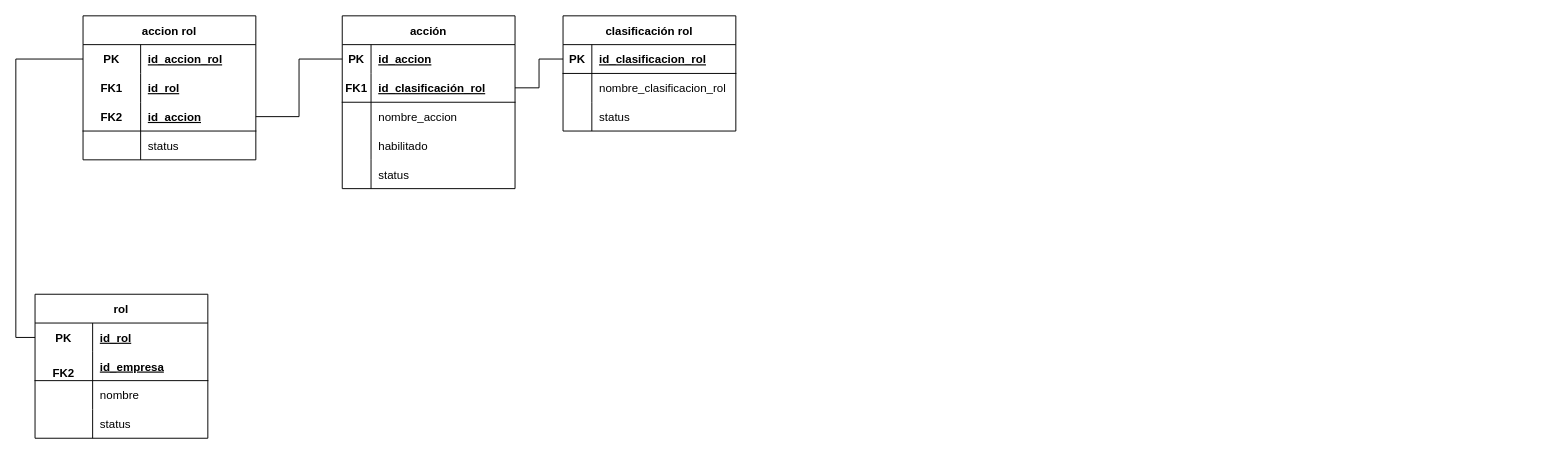
Before: Diagrama sin título.drawio in Brayan-Bravo-Arebalo/MyZ1, a draw.io diagram. Source tidied: cells renumbered, new cells numbered last; positions are measured from the earlier drawing's top-left corner, leaving out a move shared by most shapes. Both pictures are drawn from the tidied source at 96%, with x=0, y=0 at pixel (35, 15).
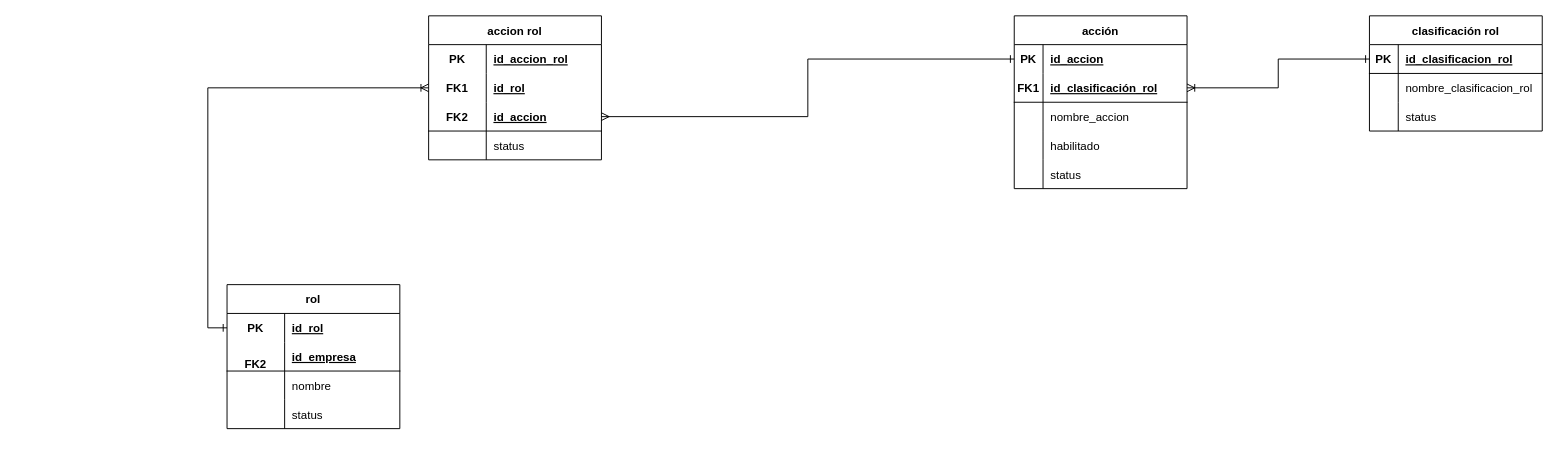
After the change.

Commit message:
Actualizar Diagrama Data Base.drawio

Unchanged cells that the change refers to:
```xml
<mxCell id="3" style="shape=tableRow;horizontal=0;startSize=0;swimlaneHead=0;swimlaneBody=0;fillColor=none;points=[[0,0.5],[1,0.5]];portConstraint=eastwest;top=0;left=0;right=0;bottom=0;" parent="2" vertex="1">
  <mxGeometry y="30" width="180" height="30" as="geometry" />
</mxCell>
<mxCell id="6" style="shape=tableRow;horizontal=0;startSize=0;swimlaneHead=0;swimlaneBody=0;fillColor=none;points=[[0,0.5],[1,0.5]];portConstraint=eastwest;top=0;left=0;right=0;bottom=1;" parent="2" vertex="1">
  <mxGeometry y="60" width="180" height="30" as="geometry" />
</mxCell>
<mxCell id="19" style="shape=tableRow;horizontal=0;startSize=0;swimlaneHead=0;swimlaneBody=0;fillColor=none;points=[[0,0.5],[1,0.5]];portConstraint=eastwest;top=0;left=0;right=0;bottom=0;" parent="18" vertex="1">
  <mxGeometry y="30" width="180" height="30" as="geometry" />
</mxCell>
<mxCell id="33" style="shape=tableRow;horizontal=0;startSize=0;swimlaneHead=0;swimlaneBody=0;fillColor=none;points=[[0,0.5],[1,0.5]];portConstraint=eastwest;top=0;left=0;right=0;bottom=1;" parent="32" vertex="1">
  <mxGeometry y="30" width="180" height="30" as="geometry" />
</mxCell>
<mxCell id="43" style="shape=tableRow;horizontal=0;startSize=0;swimlaneHead=0;swimlaneBody=0;fillColor=none;points=[[0,0.5],[1,0.5]];portConstraint=eastwest;top=0;left=0;right=0;bottom=0;" parent="42" vertex="1">
  <mxGeometry y="30" width="180" height="30" as="geometry" />
</mxCell>
<mxCell id="46" style="shape=tableRow;horizontal=0;startSize=0;swimlaneHead=0;swimlaneBody=0;fillColor=none;points=[[0,0.5],[1,0.5]];portConstraint=eastwest;top=0;left=0;right=0;bottom=0;" parent="42" vertex="1">
  <mxGeometry y="60" width="180" height="30" as="geometry" />
</mxCell>
<mxCell id="49" style="shape=tableRow;horizontal=0;startSize=0;swimlaneHead=0;swimlaneBody=0;fillColor=none;points=[[0,0.5],[1,0.5]];portConstraint=eastwest;top=0;left=0;right=0;bottom=1;" parent="42" vertex="1">
  <mxGeometry y="90" width="180" height="30" as="geometry" />
</mxCell>
```

The edit, as a diff of the source:
```diff
@@
     <mxCell id="2" value="acción" style="shape=table;startSize=30;childLayout=tableLayout;rowLines=0;fontStyle=1;align=center;" parent="1" vertex="1">
-      <mxGeometry x="320" width="180" height="180" as="geometry" />
+      <mxGeometry x="1020" width="180" height="180" as="geometry" />
     </mxCell>
@@
     <mxCell id="18" value="rol" style="shape=table;startSize=30;childLayout=tableLayout;rowLines=0;fontStyle=1;align=center;" parent="1" vertex="1">
-      <mxGeometry y="290" width="180" height="150" as="geometry" />
+      <mxGeometry x="200" y="280" width="180" height="150" as="geometry" />
     </mxCell>
@@
-    <mxCell id="31" style="rounded=0;jettySize=auto;html=1;edgeStyle=orthogonalEdgeStyle;endArrow=none;endFill=0;" parent="1" edge="1" source="33" target="6">
+    <mxCell id="31" style="rounded=0;jettySize=auto;html=1;edgeStyle=orthogonalEdgeStyle;endArrow=ERoneToMany;endFill=0;startArrow=ERone;startFill=0;" parent="1" edge="1" source="33" target="6">
       <mxGeometry relative="1" as="geometry" />
     </mxCell>
     <mxCell id="32" value="clasificación rol" style="shape=table;startSize=30;childLayout=tableLayout;rowLines=0;fontStyle=1;align=center;" parent="1" vertex="1">
-      <mxGeometry x="550" width="180" height="120" as="geometry" />
+      <mxGeometry x="1390" width="180" height="120" as="geometry" />
     </mxCell>
@@
     <mxCell id="42" value="accion rol" style="shape=table;startSize=30;childLayout=tableLayout;rowLines=0;fontStyle=1;align=center;" parent="1" vertex="1">
-      <mxGeometry x="50" width="180" height="150" as="geometry" />
+      <mxGeometry x="410" width="180" height="150" as="geometry" />
     </mxCell>
@@
-    <mxCell id="56" style="edgeStyle=orthogonalEdgeStyle;rounded=0;jettySize=auto;html=1;exitX=0;exitY=0.5;exitDx=0;exitDy=0;endArrow=none;endFill=0;" parent="1" edge="1" source="3" target="49">
+    <mxCell id="56" style="edgeStyle=orthogonalEdgeStyle;rounded=0;jettySize=auto;html=1;exitX=0;exitY=0.5;exitDx=0;exitDy=0;endArrow=ERmany;endFill=0;startArrow=ERone;startFill=0;" parent="1" edge="1" source="3" target="49">
       <mxGeometry relative="1" as="geometry" />
     </mxCell>
-    <mxCell id="57" style="edgeStyle=orthogonalEdgeStyle;rounded=0;jettySize=auto;html=1;exitX=0;exitY=0.5;exitDx=0;exitDy=0;endArrow=none;endFill=0;" parent="1" edge="1" source="19" target="43">
+    <mxCell id="57" style="edgeStyle=orthogonalEdgeStyle;rounded=0;jettySize=auto;html=1;exitX=0;exitY=0.5;exitDx=0;exitDy=0;endArrow=ERoneToMany;endFill=0;startArrow=ERone;startFill=0;" parent="1" edge="1" source="19" target="46">
       <mxGeometry relative="1" as="geometry" />
     </mxCell>
```
